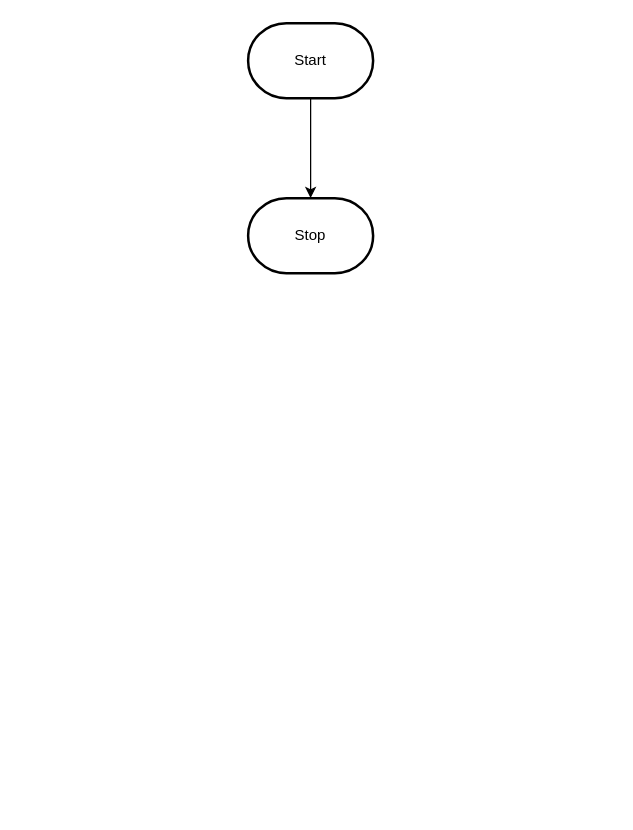
Before: design/flowchart.drawio in MTHS-ICS2O-2-2022/ICS2O-Unit-5-06-Olivia-Boyce-Richardson, a draw.io diagram. Source tidied: cells renumbered, new cells numbered last; positions are measured from the earlier drawing's top-left corner, leaving out a move shared by most shapes. Both pictures are drawn from the tidied source at 125%, with x=0, y=0 at pixel (248, 22).
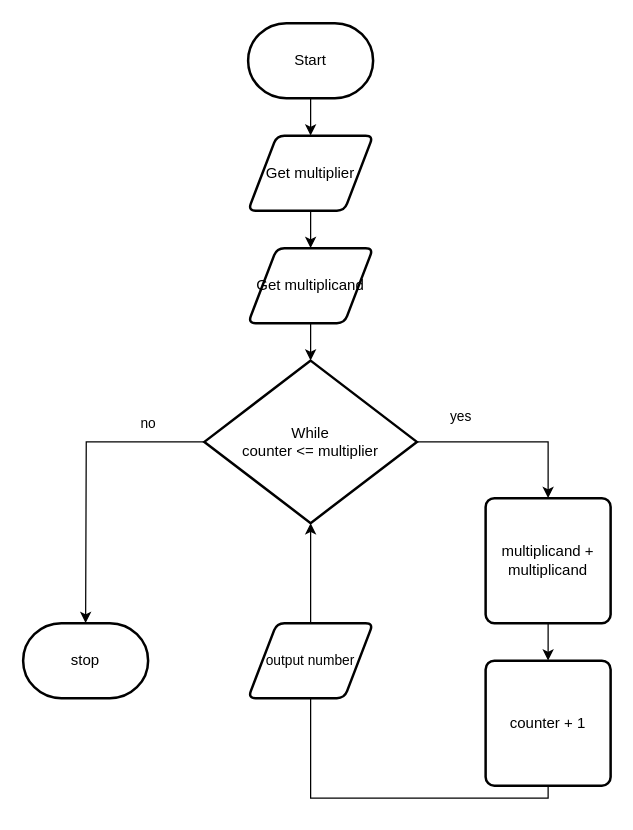
The same diagram, later.

What changed in the source:
```diff
@@
 <mxGraphModel>
   <root>
     <mxCell id="0" />
     <mxCell id="1" parent="0" />
-    <mxCell id="2" style="edgeStyle=orthogonalEdgeStyle;html=1;rounded=0;" parent="1" edge="1" source="3" target="4">
+    <mxCell id="2" style="edgeStyle=none;html=1;" parent="1" edge="1" source="3" target="6">
       <mxGeometry relative="1" as="geometry" />
     </mxCell>
     <mxCell id="3" value="Start" style="strokeWidth=2;html=1;shape=mxgraph.flowchart.terminator;whiteSpace=wrap;" parent="1" vertex="1">
       <mxGeometry width="100" height="60" as="geometry" />
     </mxCell>
-    <mxCell id="4" value="Stop" style="strokeWidth=2;html=1;shape=mxgraph.flowchart.terminator;whiteSpace=wrap;" parent="1" vertex="1">
-      <mxGeometry y="140" width="100" height="60" as="geometry" />
-    </mxCell>
+    <mxCell id="5" style="edgeStyle=none;html=1;" parent="1" edge="1" source="6" target="8">
+      <mxGeometry relative="1" as="geometry" />
+    </mxCell>
+    <mxCell id="6" value="Get multiplier" style="shape=parallelogram;html=1;strokeWidth=2;perimeter=parallelogramPerimeter;whiteSpace=wrap;rounded=1;arcSize=12;size=0.23;" parent="1" vertex="1">
+      <mxGeometry y="90" width="100" height="60" as="geometry" />
+    </mxCell>
+    <mxCell id="7" style="edgeStyle=none;html=1;entryX=0.5;entryY=0;entryDx=0;entryDy=0;entryPerimeter=0;" parent="1" edge="1" source="8" target="11">
+      <mxGeometry relative="1" as="geometry" />
+    </mxCell>
+    <mxCell id="8" value="Get multiplicand" style="shape=parallelogram;html=1;strokeWidth=2;perimeter=parallelogramPerimeter;whiteSpace=wrap;rounded=1;arcSize=12;size=0.23;" parent="1" vertex="1">
+      <mxGeometry y="180" width="100" height="60" as="geometry" />
+    </mxCell>
+    <mxCell id="9" style="edgeStyle=orthogonalEdgeStyle;html=1;exitX=1;exitY=0.5;exitDx=0;exitDy=0;exitPerimeter=0;entryX=0.5;entryY=0;entryDx=0;entryDy=0;rounded=0;" parent="1" edge="1" source="11" target="13">
+      <mxGeometry relative="1" as="geometry" />
+    </mxCell>
+    <mxCell id="10" style="edgeStyle=orthogonalEdgeStyle;shape=connector;rounded=0;html=1;exitX=0;exitY=0.5;exitDx=0;exitDy=0;exitPerimeter=0;labelBackgroundColor=default;strokeColor=default;fontFamily=Helvetica;fontSize=11;fontColor=default;endArrow=classic;" parent="1" edge="1" source="11">
+      <mxGeometry relative="1" as="geometry">
+        <mxPoint x="-130" y="480" as="targetPoint" />
+      </mxGeometry>
+    </mxCell>
+    <mxCell id="11" value="While&lt;br&gt;counter &amp;lt;= multiplier" style="strokeWidth=2;html=1;shape=mxgraph.flowchart.decision;whiteSpace=wrap;" parent="1" vertex="1">
+      <mxGeometry x="-35" y="270" width="170" height="130" as="geometry" />
+    </mxCell>
+    <mxCell id="12" style="edgeStyle=orthogonalEdgeStyle;shape=connector;rounded=0;html=1;exitX=0.5;exitY=1;exitDx=0;exitDy=0;entryX=0.5;entryY=0;entryDx=0;entryDy=0;labelBackgroundColor=default;strokeColor=default;fontFamily=Helvetica;fontSize=11;fontColor=default;endArrow=classic;" parent="1" edge="1" source="13" target="15">
+      <mxGeometry relative="1" as="geometry" />
+    </mxCell>
+    <mxCell id="13" value="multiplicand + multiplicand" style="rounded=1;whiteSpace=wrap;html=1;absoluteArcSize=1;arcSize=14;strokeWidth=2;" parent="1" vertex="1">
+      <mxGeometry x="190" y="380" width="100" height="100" as="geometry" />
+    </mxCell>
+    <mxCell id="14" style="edgeStyle=orthogonalEdgeStyle;shape=connector;rounded=0;html=1;exitX=0.5;exitY=1;exitDx=0;exitDy=0;entryX=0.5;entryY=1;entryDx=0;entryDy=0;entryPerimeter=0;labelBackgroundColor=default;strokeColor=default;fontFamily=Helvetica;fontSize=11;fontColor=default;endArrow=classic;" parent="1" edge="1" source="15" target="11">
+      <mxGeometry relative="1" as="geometry" />
+    </mxCell>
+    <mxCell id="15" value="counter + 1" style="rounded=1;whiteSpace=wrap;html=1;absoluteArcSize=1;arcSize=14;strokeWidth=2;" parent="1" vertex="1">
+      <mxGeometry x="190" y="510" width="100" height="100" as="geometry" />
+    </mxCell>
+    <mxCell id="16" value="yes" style="text;html=1;align=center;verticalAlign=middle;strokeColor=none;fillColor=none;fontSize=11;fontFamily=Helvetica;fontColor=default;" parent="1" vertex="1">
+      <mxGeometry x="150" y="300" width="40" height="30" as="geometry" />
+    </mxCell>
+    <mxCell id="17" value="output number" style="shape=parallelogram;html=1;strokeWidth=2;perimeter=parallelogramPerimeter;whiteSpace=wrap;rounded=1;arcSize=12;size=0.23;fontFamily=Helvetica;fontSize=11;fontColor=default;" parent="1" vertex="1">
+      <mxGeometry y="480" width="100" height="60" as="geometry" />
+    </mxCell>
+    <mxCell id="18" value="stop" style="strokeWidth=2;html=1;shape=mxgraph.flowchart.terminator;whiteSpace=wrap;" parent="1" vertex="1">
+      <mxGeometry x="-180" y="480" width="100" height="60" as="geometry" />
+    </mxCell>
+    <mxCell id="19" value="no" style="text;html=1;align=center;verticalAlign=middle;strokeColor=none;fillColor=none;fontSize=11;fontFamily=Helvetica;fontColor=default;" parent="1" vertex="1">
+      <mxGeometry x="-100" y="305" width="40" height="30" as="geometry" />
+    </mxCell>
   </root>
 </mxGraphModel>
```
